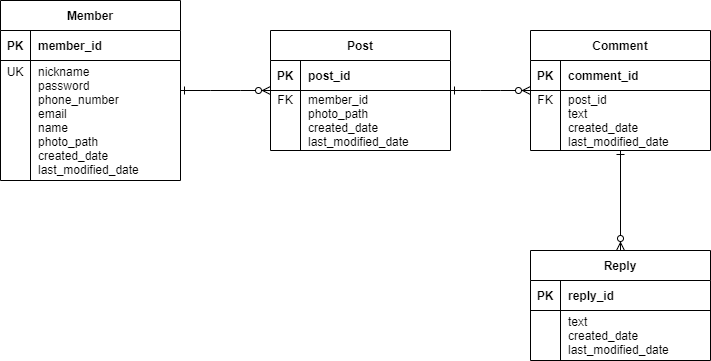
Before: Sprint1 Table.drawio.png, a diagram exported from draw.io (JunYoung-C/Instagram). Source tidied: cells renumbered, new cells last; positions are measured from the earlier drawing's top-left corner, leaving out a move shared by most shapes.
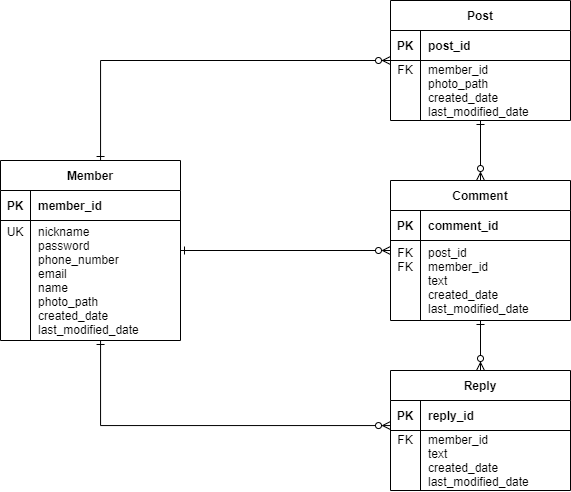
The same diagram one commit later.

Commit message:
docs: Comment, Reply 테이블에 member_id (#13)필드 추가 (

Diff of the diagram source:
```diff
@@ -3,7 +3,7 @@
     <mxCell id="0" />
     <mxCell id="1" parent="0" />
     <mxCell id="2" value="Member" style="shape=table;startSize=30;rowLines=0;fontStyle=1;align=center;" parent="1" vertex="1">
-      <mxGeometry width="180" height="180" as="geometry" />
+      <mxGeometry x="140" y="40" width="180" height="180" as="geometry" />
     </mxCell>
     <mxCell id="3" style="shape=tableRow;horizontal=0;startSize=0;swimlaneHead=0;swimlaneBody=0;fillColor=none;top=0;left=0;right=0;bottom=1;" parent="2" vertex="1">
       <mxGeometry y="30" width="180" height="30" as="geometry" />
@@ -24,7 +24,7 @@
       <mxGeometry x="30" width="150" height="120" as="geometry" />
     </mxCell>
     <mxCell id="9" value="Reply" style="shape=table;startSize=30;rowLines=0;fontStyle=1;align=center;" parent="1" vertex="1">
-      <mxGeometry x="530" y="250" width="180" height="110" as="geometry" />
+      <mxGeometry x="530" y="250" width="180" height="120" as="geometry" />
     </mxCell>
     <mxCell id="10" style="shape=tableRow;horizontal=0;startSize=0;swimlaneHead=0;swimlaneBody=0;fillColor=none;top=0;left=0;right=0;bottom=1;" parent="9" vertex="1">
       <mxGeometry y="30" width="180" height="30" as="geometry" />
@@ -36,16 +36,16 @@
       <mxGeometry x="30" width="150" height="30" as="geometry" />
     </mxCell>
     <mxCell id="13" style="shape=tableRow;horizontal=0;startSize=0;swimlaneHead=0;swimlaneBody=0;fillColor=none;top=0;left=0;right=0;bottom=0;" parent="9" vertex="1">
-      <mxGeometry y="60" width="180" height="50" as="geometry" />
+      <mxGeometry y="60" width="180" height="60" as="geometry" />
     </mxCell>
-    <mxCell id="14" style="shape=partialRectangle;fillColor=none;top=0;left=0;bottom=0;right=0;overflow=hidden;" parent="13" vertex="1">
-      <mxGeometry width="30" height="50" as="geometry" />
+    <mxCell id="14" value="FK&#10;&#10;&#10;" style="shape=partialRectangle;fillColor=none;top=0;left=0;bottom=0;right=0;overflow=hidden;" parent="13" vertex="1">
+      <mxGeometry width="30" height="60" as="geometry" />
     </mxCell>
-    <mxCell id="15" value="text&#10;created_date&#10;last_modified_date" style="shape=partialRectangle;fillColor=none;top=0;left=0;bottom=0;right=0;align=left;spacingLeft=6;overflow=hidden;" parent="13" vertex="1">
-      <mxGeometry x="30" width="150" height="50" as="geometry" />
+    <mxCell id="15" value="member_id&#10;text&#10;created_date&#10;last_modified_date" style="shape=partialRectangle;fillColor=none;top=0;left=0;bottom=0;right=0;align=left;spacingLeft=6;overflow=hidden;" parent="13" vertex="1">
+      <mxGeometry x="30" width="150" height="60" as="geometry" />
     </mxCell>
     <mxCell id="16" value="Comment" style="shape=table;startSize=30;rowLines=0;fontStyle=1;align=center;" parent="1" vertex="1">
-      <mxGeometry x="530" y="30" width="180" height="120" as="geometry" />
+      <mxGeometry x="530" y="60" width="180" height="140" as="geometry" />
     </mxCell>
     <mxCell id="17" style="shape=tableRow;horizontal=0;startSize=0;swimlaneHead=0;swimlaneBody=0;fillColor=none;top=0;left=0;right=0;bottom=1;" parent="16" vertex="1">
       <mxGeometry y="30" width="180" height="30" as="geometry" />
@@ -57,16 +57,19 @@
       <mxGeometry x="30" width="150" height="30" as="geometry" />
     </mxCell>
     <mxCell id="20" style="shape=tableRow;horizontal=0;startSize=0;swimlaneHead=0;swimlaneBody=0;fillColor=none;top=0;left=0;right=0;bottom=0;" parent="16" vertex="1">
-      <mxGeometry y="60" width="180" height="60" as="geometry" />
+      <mxGeometry y="60" width="180" height="80" as="geometry" />
     </mxCell>
-    <mxCell id="21" value="FK&#10;&#10;&#10;" style="shape=partialRectangle;fillColor=none;top=0;left=0;bottom=0;right=0;overflow=hidden;" parent="20" vertex="1">
-      <mxGeometry width="30" height="60" as="geometry" />
+    <mxCell id="21" value="FK&#10;FK&#10;&#10;&#10;" style="shape=partialRectangle;fillColor=none;top=0;left=0;bottom=0;right=0;overflow=hidden;" parent="20" vertex="1">
+      <mxGeometry width="30" height="80" as="geometry" />
     </mxCell>
-    <mxCell id="22" value="post_id&#10;text&#10;created_date&#10;last_modified_date" style="shape=partialRectangle;fillColor=none;top=0;left=0;bottom=0;right=0;align=left;spacingLeft=6;overflow=hidden;" parent="20" vertex="1">
-      <mxGeometry x="30" width="150" height="60" as="geometry" />
+    <mxCell id="22" value="post_id&#10;member_id&#10;text&#10;created_date&#10;last_modified_date" style="shape=partialRectangle;fillColor=none;top=0;left=0;bottom=0;right=0;align=left;spacingLeft=6;overflow=hidden;" parent="20" vertex="1">
+      <mxGeometry x="30" width="150" height="80" as="geometry" />
     </mxCell>
+    <mxCell id="31" style="edgeStyle=orthogonalEdgeStyle;rounded=0;jettySize=auto;html=1;entryX=0.5;entryY=0;entryDx=0;entryDy=0;endArrow=ERzeroToMany;endFill=0;startArrow=ERone;startFill=0;" parent="1" edge="1" source="23" target="16">
+      <mxGeometry relative="1" as="geometry" />
+    </mxCell>
     <mxCell id="23" value="Post" style="shape=table;startSize=30;rowLines=0;fontStyle=1;align=center;" parent="1" vertex="1">
-      <mxGeometry x="270" y="30" width="180" height="120" as="geometry" />
+      <mxGeometry x="530" y="-120" width="180" height="120" as="geometry" />
     </mxCell>
     <mxCell id="24" style="shape=tableRow;horizontal=0;startSize=0;swimlaneHead=0;swimlaneBody=0;fillColor=none;top=0;left=0;right=0;bottom=1;" parent="23" vertex="1">
       <mxGeometry y="30" width="180" height="30" as="geometry" />
@@ -86,14 +89,25 @@
     <mxCell id="29" value="member_id&#10;photo_path&#10;created_date&#10;last_modified_date" style="shape=partialRectangle;fillColor=none;top=0;left=0;bottom=0;right=0;align=left;spacingLeft=6;overflow=hidden;" parent="27" vertex="1">
       <mxGeometry x="30" width="150" height="60" as="geometry" />
     </mxCell>
-    <mxCell id="30" style="edgeStyle=entityRelationEdgeStyle;fontSize=12;html=1;endArrow=ERzeroToMany;endFill=1;rounded=0;startArrow=ERone;startFill=0;" parent="1" edge="1" source="2" target="23">
-      <mxGeometry relative="1" as="geometry" />
+    <mxCell id="30" style="fontSize=12;html=1;endArrow=ERzeroToMany;endFill=1;rounded=0;startArrow=ERone;startFill=0;edgeStyle=orthogonalEdgeStyle;" parent="1" edge="1" source="2" target="23">
+      <mxGeometry relative="1" as="geometry">
+        <Array as="points">
+          <mxPoint x="240" y="-60" />
+        </Array>
+      </mxGeometry>
     </mxCell>
-    <mxCell id="31" style="edgeStyle=entityRelationEdgeStyle;fontSize=12;html=1;endArrow=ERzeroToMany;endFill=1;rounded=0;startArrow=ERone;startFill=0;" parent="1" edge="1" source="23" target="16">
-      <mxGeometry relative="1" as="geometry" />
-    </mxCell>
     <mxCell id="32" style="fontSize=12;html=1;endArrow=ERzeroToMany;endFill=1;rounded=0;entryX=0.5;entryY=0;entryDx=0;entryDy=0;exitX=0.5;exitY=1;exitDx=0;exitDy=0;startArrow=ERone;startFill=0;" parent="1" edge="1" source="16" target="9">
       <mxGeometry relative="1" as="geometry" />
     </mxCell>
+    <mxCell id="33" style="edgeStyle=none;rounded=0;jettySize=auto;html=1;startArrow=ERone;startFill=0;endArrow=ERzeroToMany;endFill=0;" parent="1" edge="1" source="2" target="16">
+      <mxGeometry relative="1" as="geometry" />
+    </mxCell>
+    <mxCell id="34" style="edgeStyle=orthogonalEdgeStyle;rounded=0;jettySize=auto;html=1;startArrow=ERone;startFill=0;endArrow=ERzeroToMany;endFill=0;" parent="1" edge="1" source="2" target="9">
+      <mxGeometry relative="1" as="geometry">
+        <Array as="points">
+          <mxPoint x="240" y="305" />
+        </Array>
+      </mxGeometry>
+    </mxCell>
   </root>
 </mxGraphModel>
```
